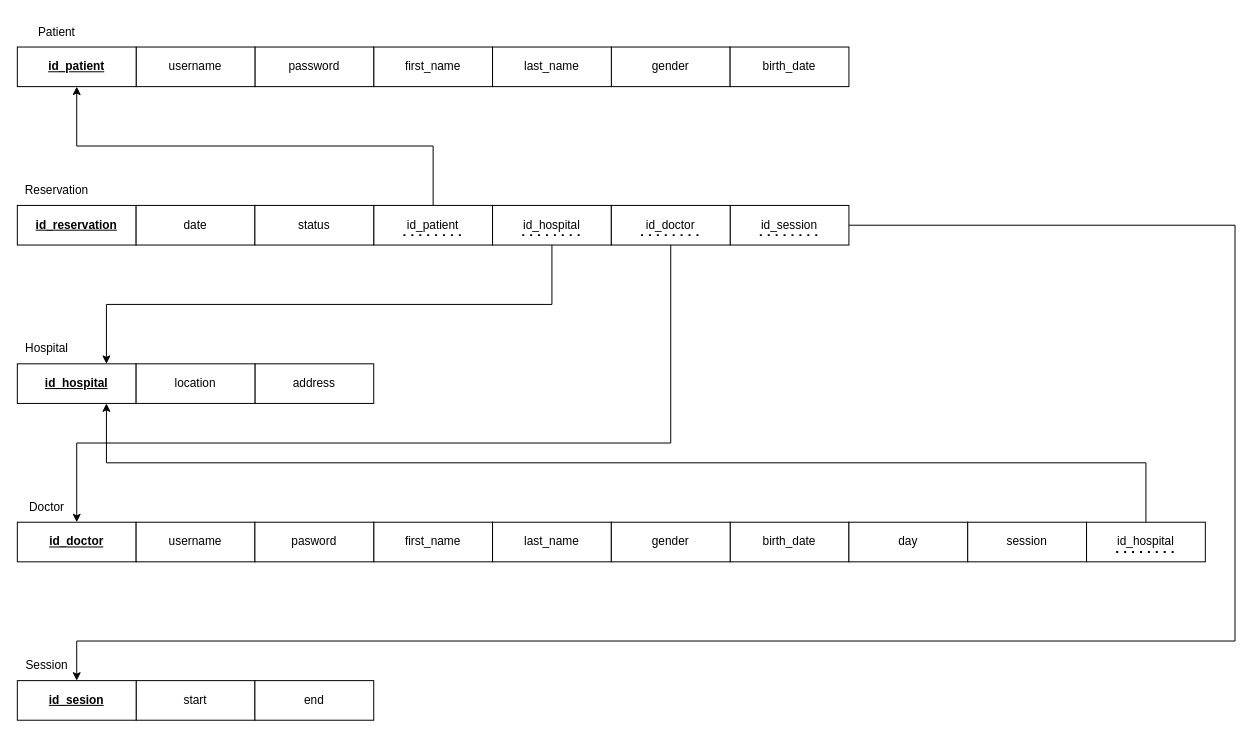
Earlier version of the draw.io diagram diagram skematic.drawio (ahmadsubhand/Basdat_P1_Kelompok11_2023). Source tidied: cells renumbered, new cells numbered last; positions are measured from the earlier drawing's top-left corner, leaving out a move shared by most shapes. Both pictures are drawn from the tidied source at 99%, with x=0, y=0 at pixel (17, 17).
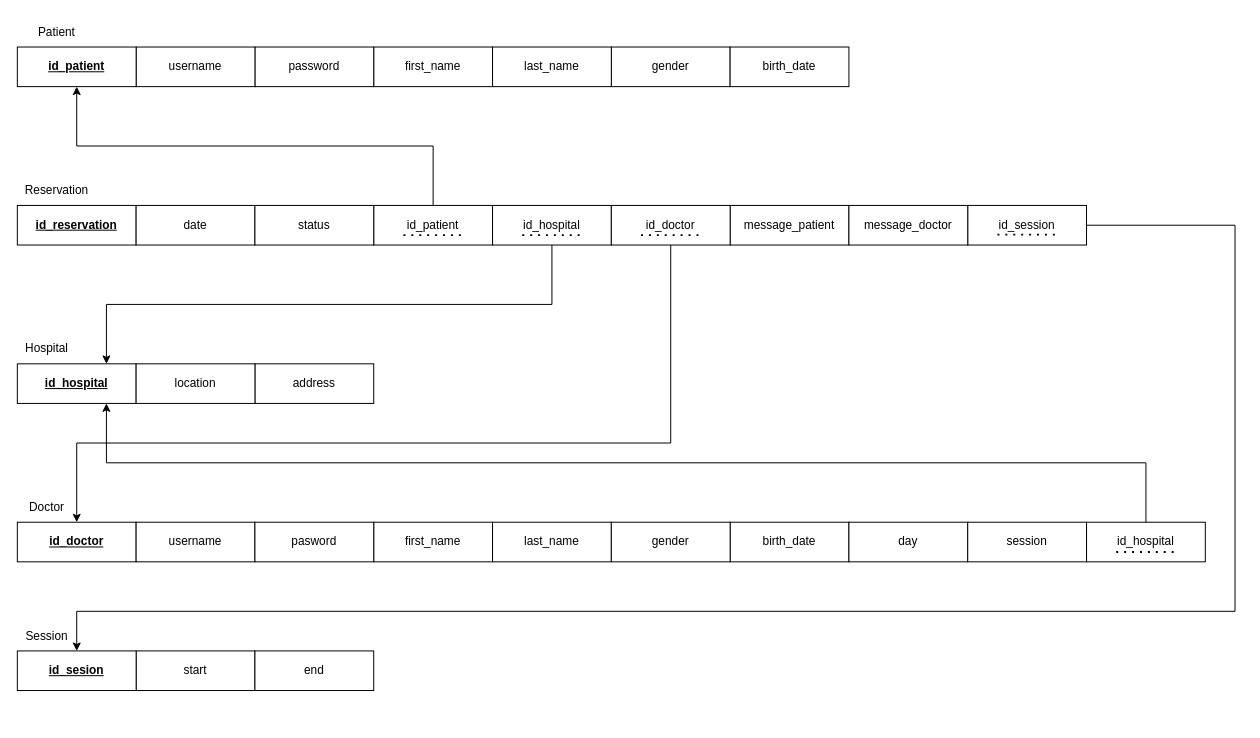
The same diagram, later.

What changed in the source:
```diff
@@
     <mxCell id="6" style="group;" parent="1" vertex="1">
-      <mxGeometry y="190" width="840" height="40" as="geometry" />
+      <mxGeometry y="190" width="840" height="60" as="geometry" />
     </mxCell>
@@
-    <mxCell id="15" value="id_session" style="rounded=0;whiteSpace=wrap;html=1;" parent="6" vertex="1">
+    <mxCell id="15" value="message_patient" style="rounded=0;whiteSpace=wrap;html=1;" parent="6" vertex="1">
       <mxGeometry x="720" width="120" height="40" as="geometry" />
     </mxCell>
@@
-    <mxCell id="17" style="endArrow=none;dashed=1;html=1;dashPattern=1 3;strokeWidth=2;rounded=0;" parent="6" edge="1">
-      <mxGeometry relative="1" as="geometry">
-        <mxPoint x="750" y="30" as="sourcePoint" />
-        <mxPoint x="810" y="30" as="targetPoint" />
-      </mxGeometry>
-    </mxCell>
@@
     <mxCell id="20" style="group;" parent="1" vertex="1">
-      <mxGeometry y="670" width="360" height="40" as="geometry" />
+      <mxGeometry y="640" width="360" height="40" as="geometry" />
     </mxCell>
@@
     <mxCell id="24" value="Session" style="text;html=1;strokeColor=none;fillColor=none;align=center;verticalAlign=middle;whiteSpace=wrap;rounded=0;" parent="1" vertex="1">
-      <mxGeometry y="640" width="60" height="30" as="geometry" />
+      <mxGeometry y="610" width="60" height="30" as="geometry" />
     </mxCell>
@@
-    <mxCell id="38" style="endArrow=classic;html=1;rounded=0;exitX=1;exitY=0.5;exitDx=0;exitDy=0;entryX=1;entryY=1;entryDx=0;entryDy=0;edgeStyle=orthogonalEdgeStyle;" parent="1" edge="1" source="15" target="24">
+    <mxCell id="38" style="endArrow=classic;html=1;rounded=0;entryX=1;entryY=1;entryDx=0;entryDy=0;edgeStyle=orthogonalEdgeStyle;" parent="1" edge="1">
       <mxGeometry relative="1" as="geometry">
+        <mxPoint x="1080" y="210" as="sourcePoint" />
+        <mxPoint x="60" y="640" as="targetPoint" />
         <Array as="points">
           <mxPoint x="1230" y="210" />
-          <mxPoint x="1230" y="630" />
-          <mxPoint x="60" y="630" />
+          <mxPoint x="1230" y="600" />
+          <mxPoint x="60" y="600" />
         </Array>
       </mxGeometry>
     </mxCell>
@@
+    <mxCell id="57" value="id_session" style="rounded=0;whiteSpace=wrap;html=1;" parent="1" vertex="1">
+      <mxGeometry x="960" y="190" width="120" height="40" as="geometry" />
+    </mxCell>
+    <mxCell id="17" style="endArrow=none;dashed=1;html=1;dashPattern=1 3;strokeWidth=2;rounded=0;" parent="1" edge="1">
+      <mxGeometry relative="1" as="geometry">
+        <mxPoint x="990" y="219.5" as="sourcePoint" />
+        <mxPoint x="1050" y="219.5" as="targetPoint" />
+      </mxGeometry>
+    </mxCell>
+    <mxCell id="58" value="message_doctor" style="rounded=0;whiteSpace=wrap;html=1;" parent="1" vertex="1">
+      <mxGeometry x="840" y="190" width="120" height="40" as="geometry" />
+    </mxCell>
```
